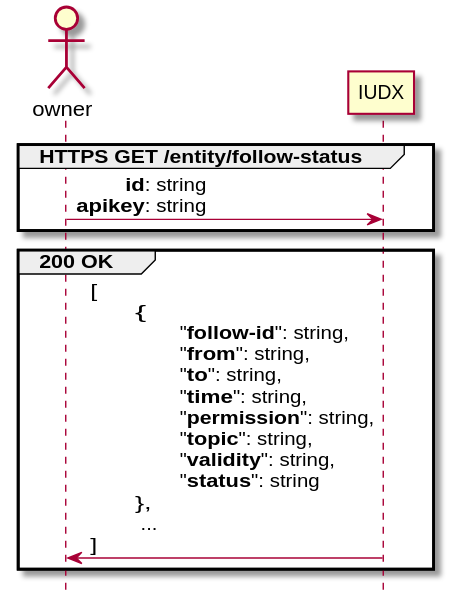
The PlantUML diagram DOCS/api/follow-status.svg in rbccps-iisc/corinthian, before a commit. Its diagram source:
```plantuml
@startuml
actor "owner" as owner
hide footbox

group HTTPS GET /entity/follow-status
owner -> IUDX: **id**: string\r**apikey**: string
end

group 200 OK
IUDX -> owner: [\l\t{\t\r\t\t"**follow-id**": string,\r\t\t"**from**": string,\r\t\t"**to**": string,\r\t\t"**time**": string,\r\t\t"**permission**": string,\r\t\t"**topic**": string,\r\t\t"**validity**": string,\r\t\t"**status**": string\r\t},\l\t ...\l]
end
@enduml
```
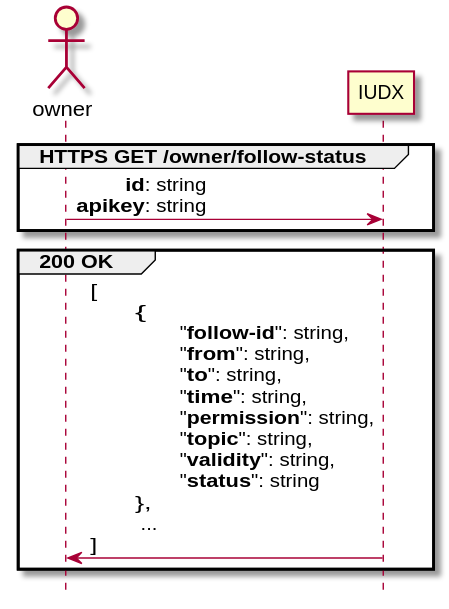
Above is the later version.

The edit, as a diff of the source:
```diff
@@ -2,7 +2,7 @@
 actor "owner" as owner
 hide footbox
 
-group HTTPS GET /entity/follow-status
+group HTTPS GET /owner/follow-status
 owner -> IUDX: **id**: string\r**apikey**: string
 end
 
```
